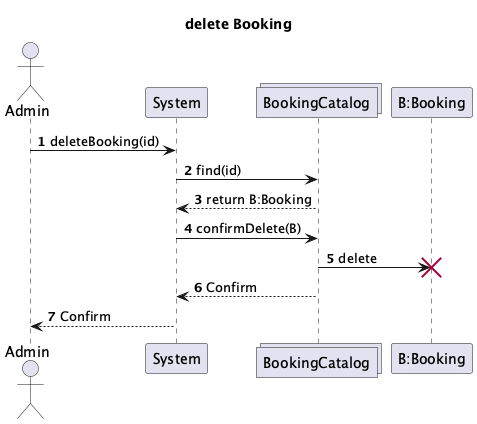
Above: System-Diagrams/UML Interaction/Admin/Admin-Interaction-Diagrams_003.png in vibqetowi/soen-342-project (PlantUML), before the change. The source it was exported from:
```plantuml
@startuml
actor Admin
participant System
collections BookingCatalog
participant "B:Booking"

title delete Booking

autonumber

Admin -> System : deleteBooking(id)
System -> BookingCatalog : find(id)
BookingCatalog --> System : return B:Booking
System -> BookingCatalog : confirmDelete(B)
BookingCatalog -> "B:Booking" !! : delete
BookingCatalog --> System : Confirm
System --> Admin : Confirm

@enduml
```
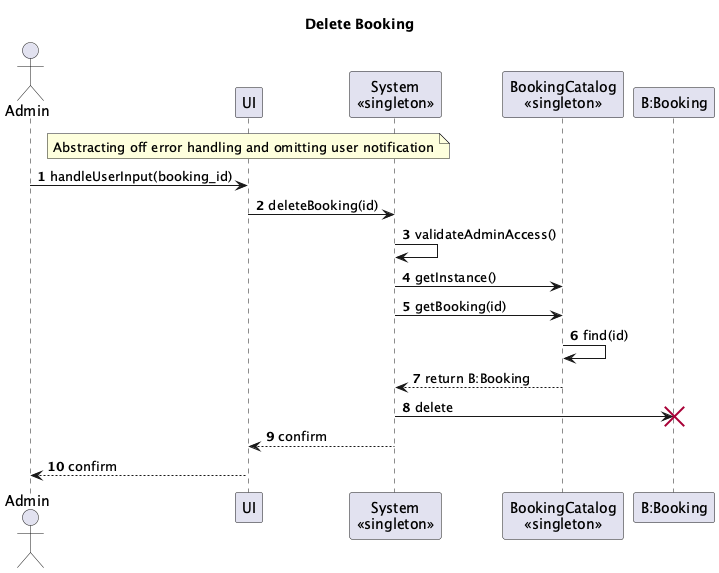
After the commit.

What changed in the source:
```diff
@@ -1,19 +1,27 @@
 @startuml
 actor Admin
-participant System
-collections BookingCatalog
-participant "B:Booking"
+participant UI
+participant "System\n<<singleton>>" as System
+participant "BookingCatalog\n<<singleton>>" as BookingCatalog
+participant "B:Booking" as Booking
 
-title delete Booking
+title Delete Booking
+note over UI
+Abstracting off error handling and omitting user notification
+end note
 
 autonumber
 
-Admin -> System : deleteBooking(id)
-System -> BookingCatalog : find(id)
-BookingCatalog --> System : return B:Booking
-System -> BookingCatalog : confirmDelete(B)
-BookingCatalog -> "B:Booking" !! : delete
-BookingCatalog --> System : Confirm
-System --> Admin : Confirm
+Admin -> UI: handleUserInput(booking_id)
+UI -> System: deleteBooking(id)
+
+    System -> System: validateAdminAccess()
+    System -> BookingCatalog: getInstance()
+    System -> BookingCatalog: getBooking(id)
+    BookingCatalog -> BookingCatalog: find(id)
+    BookingCatalog --> System: return B:Booking
+    System -> Booking !!: delete
+    System --> UI: confirm
+    UI --> Admin: confirm
 
 @enduml
```
